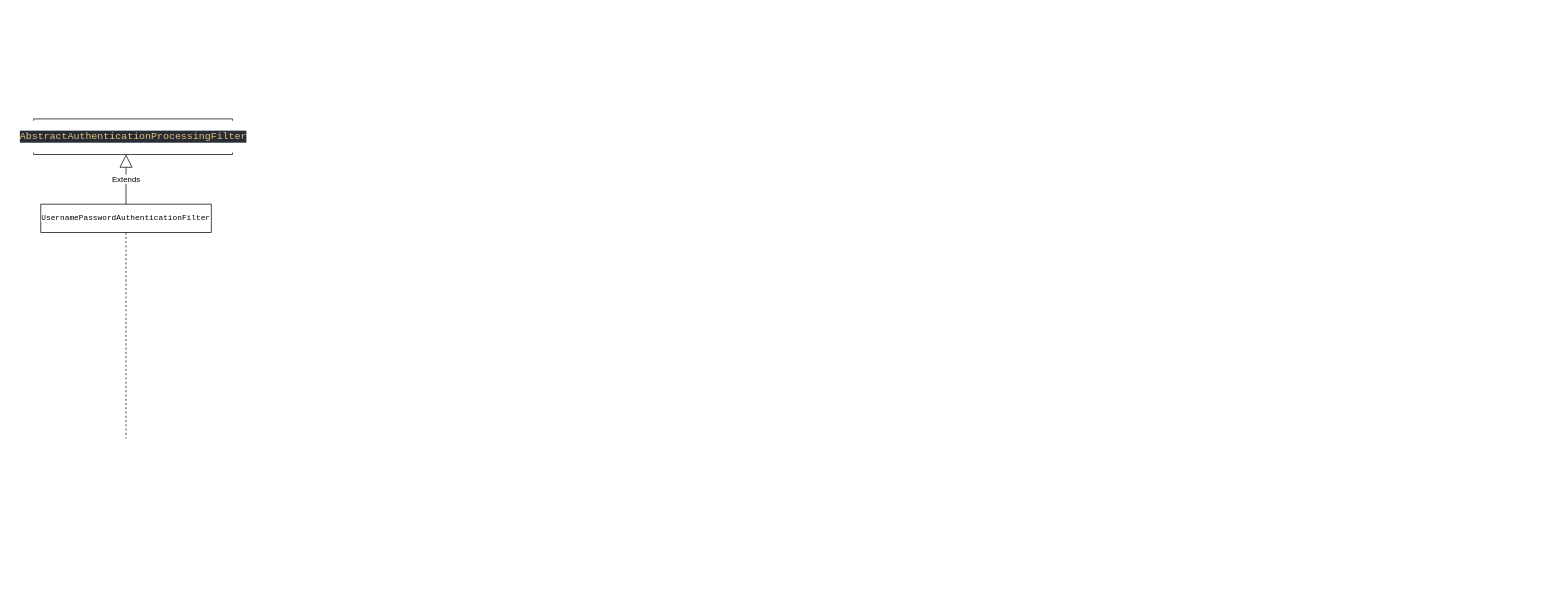
The draw.io diagram SpringSecurity入门案例认证流程.drawio in jacbo-emm/git01, before the edit. Source tidied: cells renumbered, new cells numbered last; positions are measured from the earlier drawing's top-left corner, leaving out a move shared by most shapes. Both pictures are drawn from the tidied source at 71%, with x=0, y=0 at pixel (33, 119).
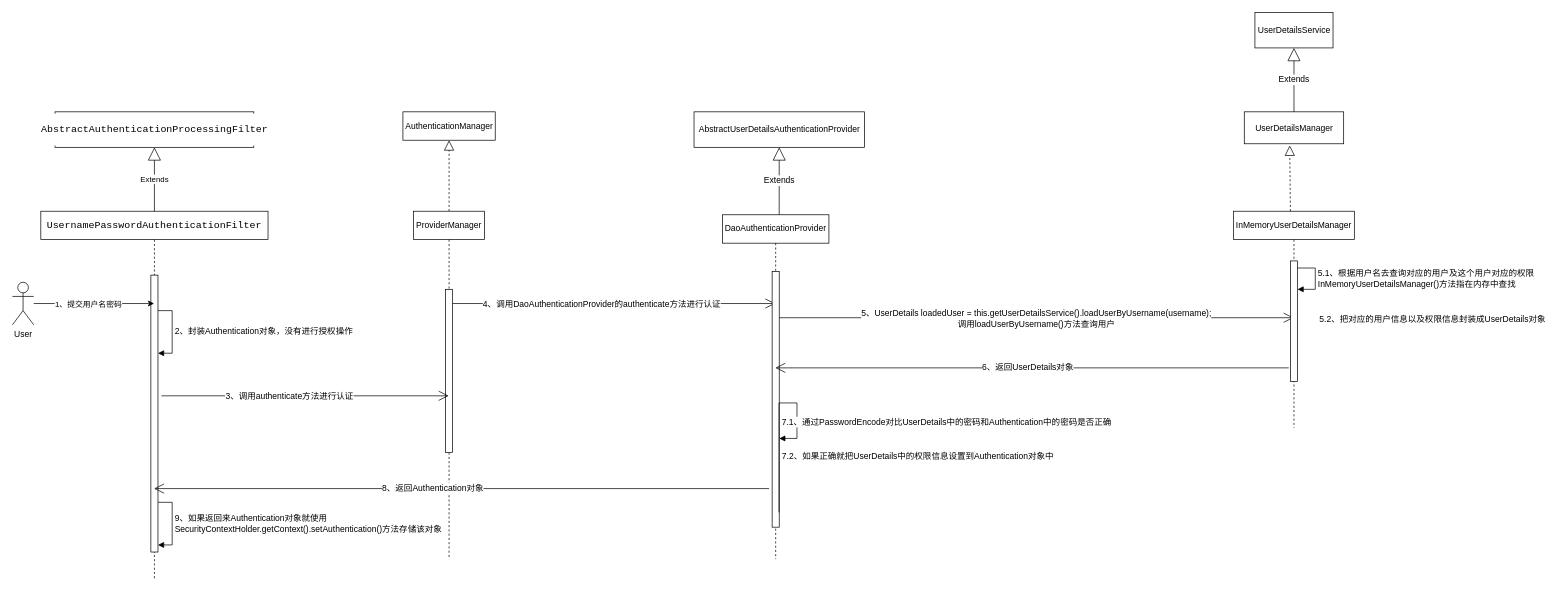
The same page after the edit.

Commit message:
更新SpringSecurity入门案例认证流程.drawio

What changed in the source:
```diff
@@
-    <mxCell id="2" value="&lt;pre style=&quot;font-family: &amp;quot;JetBrains Mono&amp;quot;, monospace;&quot;&gt;&lt;font style=&quot;font-size: 11px; background-color: rgb(255, 255, 255);&quot;&gt;UsernamePasswordAuthenticationFilter&lt;/font&gt;&lt;/pre&gt;" style="shape=umlLifeline;perimeter=lifelinePerimeter;whiteSpace=wrap;html=1;outlineConnect=0;" parent="1" vertex="1">
-      <mxGeometry x="10" y="120" width="240" height="330" as="geometry" />
+    <mxCell id="2" value="&lt;pre style=&quot;font-family: &amp;quot;JetBrains Mono&amp;quot;, monospace;&quot;&gt;&lt;font style=&quot;background-color: rgb(255, 255, 255); font-size: 14px;&quot;&gt;UsernamePasswordAuthenticationFilter&lt;/font&gt;&lt;/pre&gt;" style="shape=umlLifeline;perimeter=lifelinePerimeter;whiteSpace=wrap;html=1;outlineConnect=0;" parent="1" vertex="1">
+      <mxGeometry x="10" y="130" width="320" height="520" as="geometry" />
     </mxCell>
+    <mxCell id="5" style="html=1;perimeter=orthogonalPerimeter;labelBackgroundColor=#FFFFFF;fontSize=12;fontColor=#000000;" parent="2" vertex="1">
+      <mxGeometry x="155" y="90" width="10" height="390" as="geometry" />
+    </mxCell>
+    <mxCell id="6" value="2、封装Authentication对象，没有进行授权操作" style="edgeStyle=orthogonalEdgeStyle;html=1;align=left;spacingLeft=2;endArrow=block;rounded=0;labelBackgroundColor=#FFFFFF;fontSize=12;fontColor=#000000;" parent="2" edge="1">
+      <mxGeometry relative="1" as="geometry">
+        <mxPoint x="165" y="140" as="sourcePoint" />
+        <mxPoint x="165" y="200" as="targetPoint" />
+        <Array as="points">
+          <mxPoint x="185" y="140" />
+          <mxPoint x="185" y="200" />
+        </Array>
+      </mxGeometry>
+    </mxCell>
+    <mxCell id="7" value="9、如果返回来Authentication对象就使用&lt;br&gt;SecurityContextHolder.getContext().setAuthentication()方法存储该对象" style="edgeStyle=orthogonalEdgeStyle;html=1;align=left;spacingLeft=2;endArrow=block;rounded=0;labelBackgroundColor=#FFFFFF;fontSize=12;fontColor=#000000;" parent="2" edge="1">
+      <mxGeometry relative="1" as="geometry">
+        <mxPoint x="165" y="410" as="sourcePoint" />
+        <mxPoint x="165" y="470" as="targetPoint" />
+        <Array as="points">
+          <mxPoint x="185" y="410" />
+          <mxPoint x="185" y="470" />
+        </Array>
+      </mxGeometry>
+    </mxCell>
-    <mxCell id="3" value="Extends" style="endArrow=block;endSize=16;endFill=0;html=1;rounded=0;fontSize=11;fontColor=#000000;exitX=0.5;exitY=0;exitDx=0;exitDy=0;exitPerimeter=0;" parent="1" edge="1" source="2">
-      <mxGeometry relative="1" as="geometry">
-        <mxPoint x="130" y="50" as="targetPoint" />
-      </mxGeometry>
+    <mxCell id="3" value="Extends" style="endArrow=block;endSize=16;endFill=0;html=1;rounded=0;fontSize=11;fontColor=#000000;exitX=0.5;exitY=0;exitDx=0;exitDy=0;exitPerimeter=0;entryX=0.5;entryY=1;entryDx=0;entryDy=0;" parent="1" edge="1" source="2" target="4">
+      <mxGeometry relative="1" as="geometry" />
     </mxCell>
-    <mxCell id="4" value="&lt;pre style=&quot;background-color:#282c34;color:#bbbbbb;font-family:'JetBrains Mono',monospace;font-size:10.5pt;&quot;&gt;&lt;span style=&quot;color:#e5c07b;&quot;&gt;AbstractAuthenticationProcessingFilter&lt;/span&gt;&lt;/pre&gt;" style="html=1;labelBackgroundColor=#FFFFFF;fontSize=11;fontColor=#000000;" parent="1" vertex="1">
-      <mxGeometry width="280" height="50" as="geometry" />
+    <mxCell id="4" value="&lt;pre style=&quot;font-family: &amp;quot;JetBrains Mono&amp;quot;, monospace; font-size: 10.5pt;&quot;&gt;&lt;font style=&quot;background-color: rgb(255, 255, 255);&quot;&gt;AbstractAuthenticationProcessingFilter&lt;/font&gt;&lt;/pre&gt;" style="html=1;labelBackgroundColor=#FFFFFF;fontSize=11;fontColor=#000000;" parent="1" vertex="1">
+      <mxGeometry x="30" y="-10" width="280" height="50" as="geometry" />
     </mxCell>
+    <mxCell id="8" value="User" style="shape=umlActor;verticalLabelPosition=bottom;verticalAlign=top;html=1;outlineConnect=0;labelBackgroundColor=#FFFFFF;fontColor=#000000;" parent="1" vertex="1">
+      <mxGeometry x="-30" y="230" width="30" height="60" as="geometry" />
+    </mxCell>
+    <mxCell id="9" style="endArrow=classic;html=1;rounded=0;fontColor=#000000;" parent="1" edge="1" source="8" target="2">
+      <mxGeometry relative="1" as="geometry" />
+    </mxCell>
+    <mxCell id="10" value="1、提交用户名密码" style="edgeLabel;html=1;align=center;verticalAlign=middle;fontColor=#000000;" parent="9" vertex="1">
+      <mxGeometry x="-0.25" y="-1" relative="1" as="geometry">
+        <mxPoint x="12" y="-1" as="offset" />
+      </mxGeometry>
+    </mxCell>
+    <mxCell id="11" value="&lt;div&gt;AuthenticationManager&lt;/div&gt;" style="html=1;labelBackgroundColor=#FFFFFF;fontSize=12;fontColor=#000000;" parent="1" vertex="1">
+      <mxGeometry x="520" y="-10" width="130" height="40" as="geometry" />
+    </mxCell>
+    <mxCell id="12" style="endArrow=block;dashed=1;endFill=0;endSize=12;html=1;rounded=0;labelBackgroundColor=#FFFFFF;fontSize=12;fontColor=#000000;exitX=0.5;exitY=0;exitDx=0;exitDy=0;entryX=0.5;entryY=1;entryDx=0;entryDy=0;" parent="1" edge="1" target="11">
+      <mxGeometry relative="1" as="geometry">
+        <mxPoint x="585" y="130" as="sourcePoint" />
+        <Array as="points">
+          <mxPoint x="585" y="80" />
+        </Array>
+      </mxGeometry>
+    </mxCell>
+    <mxCell id="13" value="&lt;span style=&quot;&quot;&gt;ProviderManager&lt;/span&gt;" style="shape=umlLifeline;perimeter=lifelinePerimeter;whiteSpace=wrap;html=1;outlineConnect=0;labelBackgroundColor=#FFFFFF;fontSize=12;fontColor=#000000;" parent="1" vertex="1">
+      <mxGeometry x="535" y="130" width="100" height="490" as="geometry" />
+    </mxCell>
+    <mxCell id="14" style="html=1;perimeter=orthogonalPerimeter;labelBackgroundColor=#FFFFFF;fontSize=12;fontColor=#000000;" parent="13" vertex="1">
+      <mxGeometry x="45" y="110" width="10" height="230" as="geometry" />
+    </mxCell>
+    <mxCell id="15" style="endArrow=open;endFill=1;endSize=12;html=1;rounded=0;labelBackgroundColor=#FFFFFF;fontSize=12;fontColor=#000000;" parent="13" edge="1" target="17">
+      <mxGeometry relative="1" as="geometry">
+        <mxPoint x="55" y="130" as="sourcePoint" />
+      </mxGeometry>
+    </mxCell>
+    <mxCell id="16" value="4、调用DaoAuthenticationProvider的authenticate方法进行认证" style="edgeLabel;html=1;align=center;verticalAlign=middle;fontSize=12;fontColor=#000000;" parent="15" vertex="1">
+      <mxGeometry x="-0.56" y="-1" relative="1" as="geometry">
+        <mxPoint x="109" y="-1" as="offset" />
+      </mxGeometry>
+    </mxCell>
+    <mxCell id="17" value="DaoAuthenticationProvider" style="shape=umlLifeline;perimeter=lifelinePerimeter;whiteSpace=wrap;html=1;outlineConnect=0;labelBackgroundColor=#FFFFFF;fontSize=12;fontColor=#000000;" parent="1" vertex="1">
+      <mxGeometry x="970" y="135" width="150" height="485" as="geometry" />
+    </mxCell>
+    <mxCell id="18" style="html=1;points=[];perimeter=orthogonalPerimeter;labelBackgroundColor=#FFFFFF;fontSize=12;fontColor=#000000;" parent="17" vertex="1">
+      <mxGeometry x="70" y="80" width="10" height="360" as="geometry" />
+    </mxCell>
+    <mxCell id="19" value="7.1、通过PasswordEncode对比UserDetails中的密码和Authentication中的密码是否正确" style="edgeStyle=orthogonalEdgeStyle;html=1;align=left;spacingLeft=2;endArrow=block;rounded=0;labelBackgroundColor=#FFFFFF;fontSize=12;fontColor=#000000;exitX=0.967;exitY=0.942;exitDx=0;exitDy=0;exitPerimeter=0;" parent="17" edge="1" source="18">
+      <mxGeometry relative="1" as="geometry">
+        <mxPoint x="80" y="315" as="targetPoint" />
+        <Array as="points">
+          <mxPoint x="80" y="265" />
+          <mxPoint x="105" y="265" />
+          <mxPoint x="105" y="315" />
+        </Array>
+      </mxGeometry>
+    </mxCell>
+    <mxCell id="20" style="endArrow=open;endFill=1;endSize=12;html=1;rounded=0;labelBackgroundColor=#FFFFFF;fontSize=12;fontColor=#000000;" parent="17" edge="1" target="25">
+      <mxGeometry relative="1" as="geometry">
+        <mxPoint x="80" y="145" as="sourcePoint" />
+      </mxGeometry>
+    </mxCell>
+    <mxCell id="21" value="5、UserDetails loadedUser = this.getUserDetailsService().loadUserByUsername(username);&lt;br&gt;调用loadUserByUsername()方法查询用户" style="edgeLabel;html=1;align=center;verticalAlign=middle;fontSize=12;fontColor=#000000;" parent="20" vertex="1">
+      <mxGeometry x="-0.31" y="-1" relative="1" as="geometry">
+        <mxPoint x="111" y="-1" as="offset" />
+      </mxGeometry>
+    </mxCell>
+    <mxCell id="22" value="AbstractUserDetailsAuthenticationProvider" style="html=1;labelBackgroundColor=#FFFFFF;fontSize=12;fontColor=#000000;" parent="1" vertex="1">
+      <mxGeometry x="930" y="-10" width="240" height="50" as="geometry" />
+    </mxCell>
+    <mxCell id="23" value="Extends" style="endArrow=block;endSize=16;endFill=0;html=1;rounded=0;labelBackgroundColor=#FFFFFF;fontSize=12;fontColor=#000000;exitX=0.533;exitY=0;exitDx=0;exitDy=0;exitPerimeter=0;entryX=0.5;entryY=1;entryDx=0;entryDy=0;" parent="1" edge="1" source="17" target="22">
+      <mxGeometry relative="1" as="geometry" />
+    </mxCell>
+    <mxCell id="24" value="UserDetailsManager" style="html=1;labelBackgroundColor=#FFFFFF;fontSize=12;fontColor=#000000;" parent="1" vertex="1">
+      <mxGeometry x="1705" y="-10" width="140" height="45" as="geometry" />
+    </mxCell>
+    <mxCell id="25" value="&lt;span style=&quot;&quot;&gt;InMemoryUserDetailsManager&lt;/span&gt;" style="shape=umlLifeline;perimeter=lifelinePerimeter;whiteSpace=wrap;html=1;outlineConnect=0;labelBackgroundColor=#FFFFFF;fontSize=12;fontColor=#000000;" parent="1" vertex="1">
+      <mxGeometry x="1690" y="130" width="170" height="305" as="geometry" />
+    </mxCell>
+    <mxCell id="26" style="html=1;points=[];perimeter=orthogonalPerimeter;labelBackgroundColor=#FFFFFF;fontSize=12;fontColor=#000000;" parent="25" vertex="1">
+      <mxGeometry x="80" y="70" width="10" height="170" as="geometry" />
+    </mxCell>
+    <mxCell id="27" value="5.1、根据用户名去查询对应的用户及这个用户对应的权限&lt;br&gt;InMemoryUserDetailsManager()方法指在内存中查找" style="edgeStyle=orthogonalEdgeStyle;html=1;align=left;spacingLeft=2;endArrow=block;rounded=0;labelBackgroundColor=#FFFFFF;fontSize=12;fontColor=#000000;" parent="25" edge="1">
+      <mxGeometry relative="1" as="geometry">
+        <mxPoint x="90" y="80" as="sourcePoint" />
+        <mxPoint x="90" y="110" as="targetPoint" />
+        <Array as="points">
+          <mxPoint x="90" y="80" />
+          <mxPoint x="115" y="80" />
+          <mxPoint x="115" y="110" />
+        </Array>
+      </mxGeometry>
+    </mxCell>
+    <mxCell id="28" style="endArrow=block;dashed=1;endFill=0;endSize=12;html=1;rounded=0;labelBackgroundColor=#FFFFFF;fontSize=12;fontColor=#000000;entryX=0.457;entryY=1.053;entryDx=0;entryDy=0;entryPerimeter=0;" parent="1" edge="1" target="24">
+      <mxGeometry relative="1" as="geometry">
+        <mxPoint x="1770" y="130" as="sourcePoint" />
+      </mxGeometry>
+    </mxCell>
+    <mxCell id="29" value="UserDetailsService" style="html=1;labelBackgroundColor=#FFFFFF;fontSize=12;fontColor=#000000;" parent="1" vertex="1">
+      <mxGeometry x="1720" y="-150" width="110" height="50" as="geometry" />
+    </mxCell>
+    <mxCell id="30" value="Extends" style="endArrow=block;endSize=16;endFill=0;html=1;rounded=0;labelBackgroundColor=#FFFFFF;fontSize=12;fontColor=#000000;exitX=0.5;exitY=0;exitDx=0;exitDy=0;entryX=0.5;entryY=1;entryDx=0;entryDy=0;" parent="1" edge="1" source="24" target="29">
+      <mxGeometry relative="1" as="geometry" />
+    </mxCell>
+    <mxCell id="31" value="5.2、把对应的用户信息以及权限信息封装成UserDetails对象" style="text;html=1;align=center;verticalAlign=middle;strokeColor=none;fillColor=none;fontSize=12;fontColor=#000000;" parent="1" vertex="1">
+      <mxGeometry x="1800" y="267.5" width="340" height="30" as="geometry" />
+    </mxCell>
+    <mxCell id="32" style="endArrow=open;endFill=1;endSize=12;html=1;rounded=0;labelBackgroundColor=#FFFFFF;fontSize=12;fontColor=#000000;exitX=-0.233;exitY=0.886;exitDx=0;exitDy=0;exitPerimeter=0;" parent="1" edge="1" source="26" target="17">
+      <mxGeometry relative="1" as="geometry" />
+    </mxCell>
+    <mxCell id="33" value="6、返回UserDetails对象" style="edgeLabel;html=1;align=center;verticalAlign=middle;fontSize=12;fontColor=#000000;" parent="32" vertex="1">
+      <mxGeometry x="0.28" y="2" relative="1" as="geometry">
+        <mxPoint x="95" y="-3" as="offset" />
+      </mxGeometry>
+    </mxCell>
+    <mxCell id="34" value="7.2、如果正确就把UserDetails中的权限信息设置到Authentication对象中" style="text;html=1;align=center;verticalAlign=middle;strokeColor=none;fillColor=none;fontSize=12;fontColor=#000000;" parent="1" vertex="1">
+      <mxGeometry x="1040" y="460" width="410" height="30" as="geometry" />
+    </mxCell>
+    <mxCell id="35" style="endArrow=open;endFill=1;endSize=12;html=1;rounded=0;labelBackgroundColor=#FFFFFF;fontSize=12;fontColor=#000000;exitX=-0.433;exitY=0.849;exitDx=0;exitDy=0;exitPerimeter=0;" parent="1" edge="1" source="18" target="2">
+      <mxGeometry relative="1" as="geometry" />
+    </mxCell>
+    <mxCell id="36" value="8、返回Authentication对象" style="edgeLabel;html=1;align=center;verticalAlign=middle;fontSize=12;fontColor=#000000;" parent="35" vertex="1">
+      <mxGeometry x="0.25" y="1" relative="1" as="geometry">
+        <mxPoint x="67" y="-2" as="offset" />
+      </mxGeometry>
+    </mxCell>
+    <mxCell id="37" style="endArrow=open;endFill=1;endSize=12;html=1;rounded=0;labelBackgroundColor=#FFFFFF;fontSize=12;fontColor=#000000;" parent="1" edge="1" target="13">
+      <mxGeometry relative="1" as="geometry">
+        <mxPoint x="180" y="390" as="sourcePoint" />
+      </mxGeometry>
+    </mxCell>
+    <mxCell id="38" value="3、调用authenticate方法进行认证" style="edgeLabel;html=1;align=center;verticalAlign=middle;fontSize=12;fontColor=#000000;" parent="37" vertex="1">
+      <mxGeometry x="-0.39" y="-2" relative="1" as="geometry">
+        <mxPoint x="56" y="-2" as="offset" />
+      </mxGeometry>
+    </mxCell>
```
